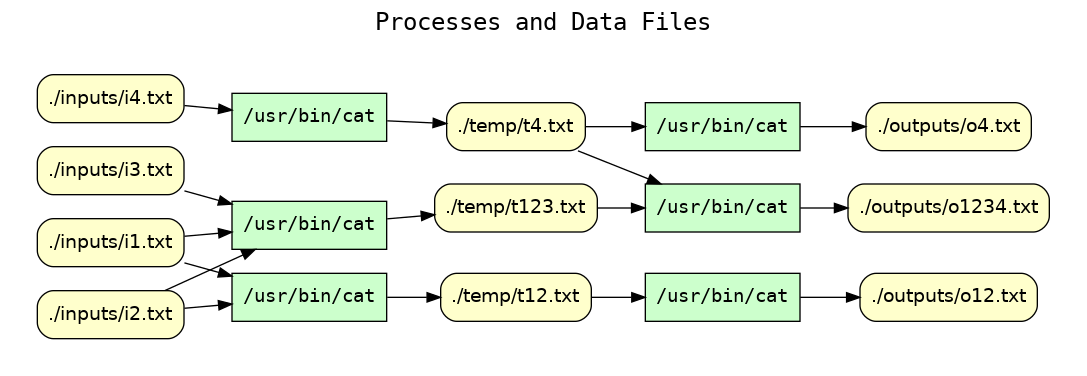
This is examples/08-branched-pipeline/graphs.d/cpr_processes_and_data_files.png from CIRSS/cpr, a Graphviz export, as it was before one commit. Its source is kept beside it as examples/08-branched-pipeline/graphs.d/cpr_processes_and_data_files.dot. Source of this version:
```dot
digraph cpr_run {
rankdir=LR
fontname=Courier; fontsize=18; labelloc=t
label="Processes and Data Files"
subgraph cluster_inputs { label=""; color=white; penwidth=0
subgraph cluster_inputs_inner { label=""; color=white
node[shape=box style="filled" fillcolor="#CCFFCC" peripheries=1 fontname=Courier]
"exe:e7" [label="/usr/bin/cat"]
"exe:e6" [label="/usr/bin/cat"]
"exe:e5" [label="/usr/bin/cat"]
"exe:e4" [label="/usr/bin/cat"]
"exe:e3" [label="/usr/bin/cat"]
"exe:e2" [label="/usr/bin/cat"]
node[shape=box style="rounded,filled" fillcolor="#FFFFCC" peripheries=1 fontname=Helvetica]
"access:i17" [label="./temp/t123.txt"]
"access:i18" [label="./inputs/i3.txt"]
"access:i19" [label="./temp/t4.txt"]
"access:i20" [label="./inputs/i4.txt"]
"access:i9" [label="./temp/t12.txt"]
"access:i21" [label="./outputs/o12.txt"]
"access:i22" [label="./outputs/o1234.txt"]
"access:i15" [label="./inputs/i1.txt"]
"access:i23" [label="./outputs/o4.txt"]
"access:i16" [label="./inputs/i2.txt"]
"exe:e7" -> "access:i23"
"exe:e6" -> "access:i22"
"exe:e5" -> "access:i21"
"exe:e4" -> "access:i19"
"exe:e3" -> "access:i17"
"exe:e2" -> "access:i9"
"access:i19" -> "exe:e7"
"access:i17" -> "exe:e6"
"access:i19" -> "exe:e6"
"access:i9" -> "exe:e5"
"access:i20" -> "exe:e4"
"access:i15" -> "exe:e3"
"access:i16" -> "exe:e3"
"access:i18" -> "exe:e3"
"access:i15" -> "exe:e2"
"access:i16" -> "exe:e2"
}}
}
```
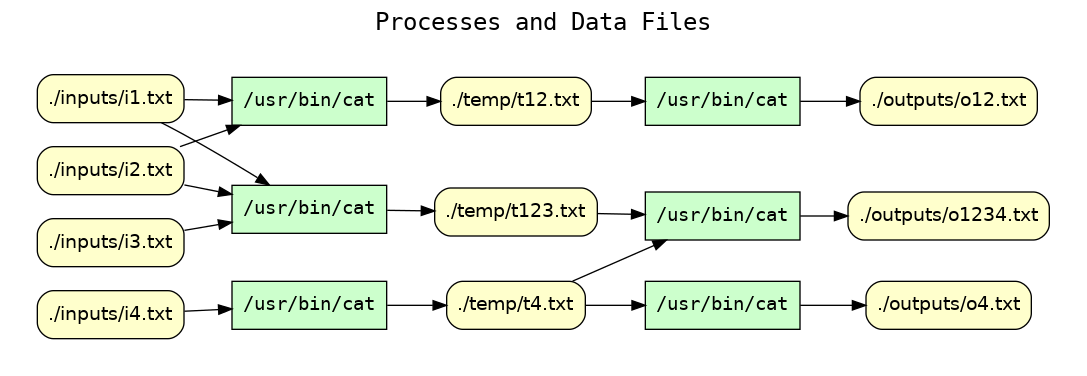
Above is the later version.

Diff of the diagram source:
```diff
@@ -12,6 +12,9 @@
 "exe:e3" [label="/usr/bin/cat"]
 "exe:e2" [label="/usr/bin/cat"]
 node[shape=box style="rounded,filled" fillcolor="#FFFFCC" peripheries=1 fontname=Helvetica]
+"access:i15" [label="./inputs/i1.txt"]
+"access:i23" [label="./outputs/o4.txt"]
+"access:i16" [label="./inputs/i2.txt"]
 "access:i17" [label="./temp/t123.txt"]
 "access:i18" [label="./inputs/i3.txt"]
 "access:i19" [label="./temp/t4.txt"]
@@ -19,9 +22,6 @@
 "access:i9" [label="./temp/t12.txt"]
 "access:i21" [label="./outputs/o12.txt"]
 "access:i22" [label="./outputs/o1234.txt"]
-"access:i15" [label="./inputs/i1.txt"]
-"access:i23" [label="./outputs/o4.txt"]
-"access:i16" [label="./inputs/i2.txt"]
 "exe:e7" -> "access:i23"
 "exe:e6" -> "access:i22"
 "exe:e5" -> "access:i21"
```
